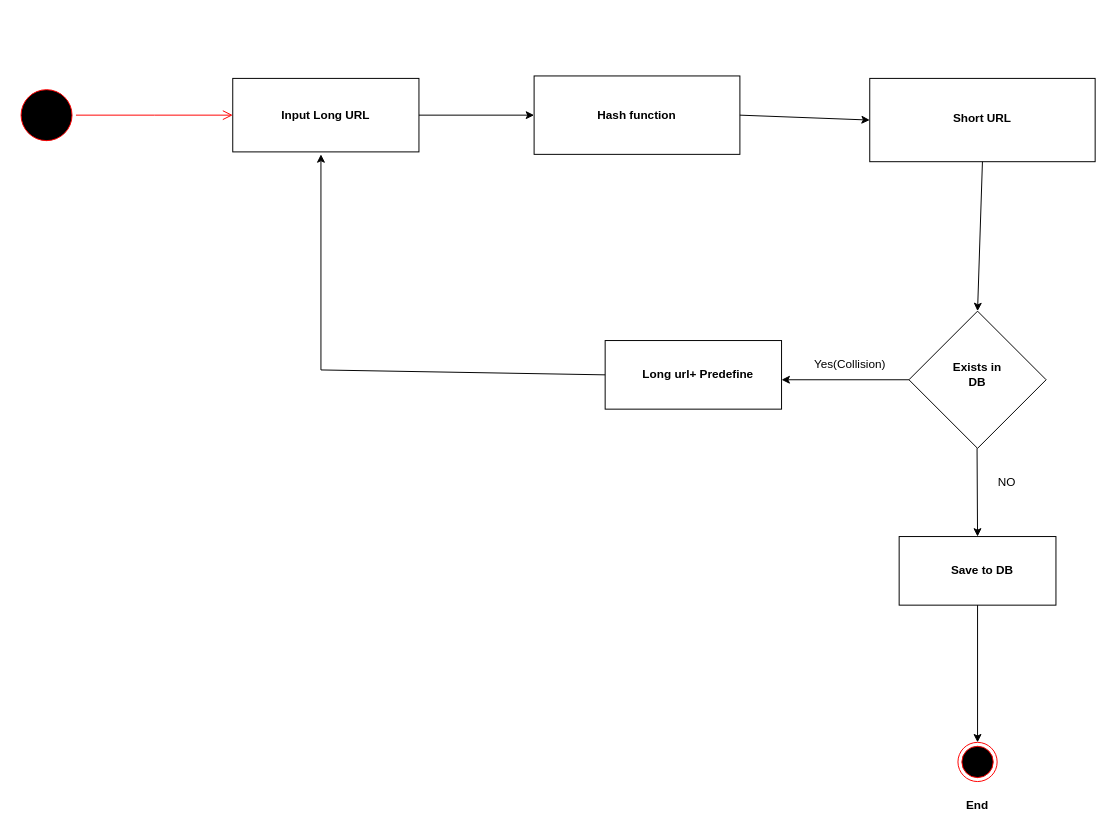
The draw.io diagram URL_Shortner.drawio in kshivanand02/design-pattern, before the edit. Source tidied: cells renumbered, new cells numbered last; positions are measured from the earlier drawing's top-left corner, leaving out a move shared by most shapes. Both pictures are drawn from the tidied source at 98%, with x=0, y=0 at pixel (17, 75).
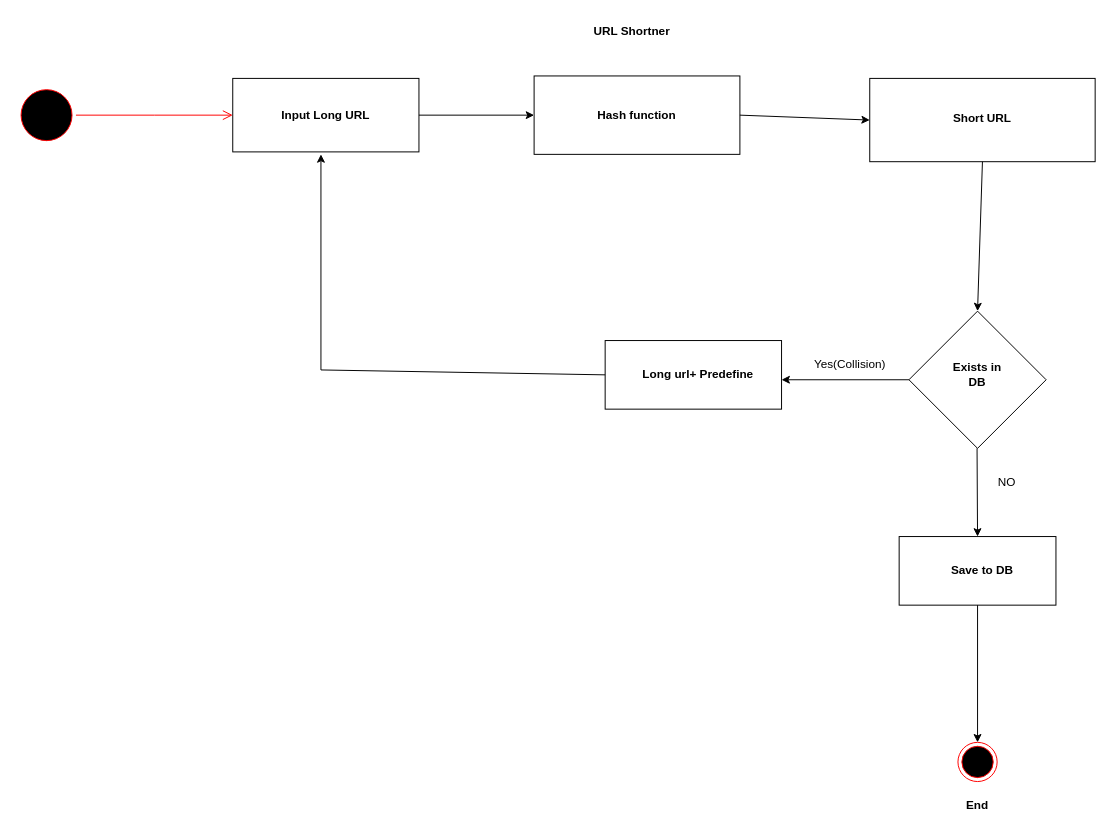
The same diagram, later.

What changed in the source:
```diff
@@
+    <mxCell id="27" value="&lt;b&gt;URL Shortner&lt;/b&gt;" style="text;html=1;whiteSpace=wrap;strokeColor=none;fillColor=none;align=center;verticalAlign=middle;rounded=0;" parent="1" vertex="1">
+      <mxGeometry x="585" y="-60" width="85" height="30" as="geometry" />
+    </mxCell>
```
